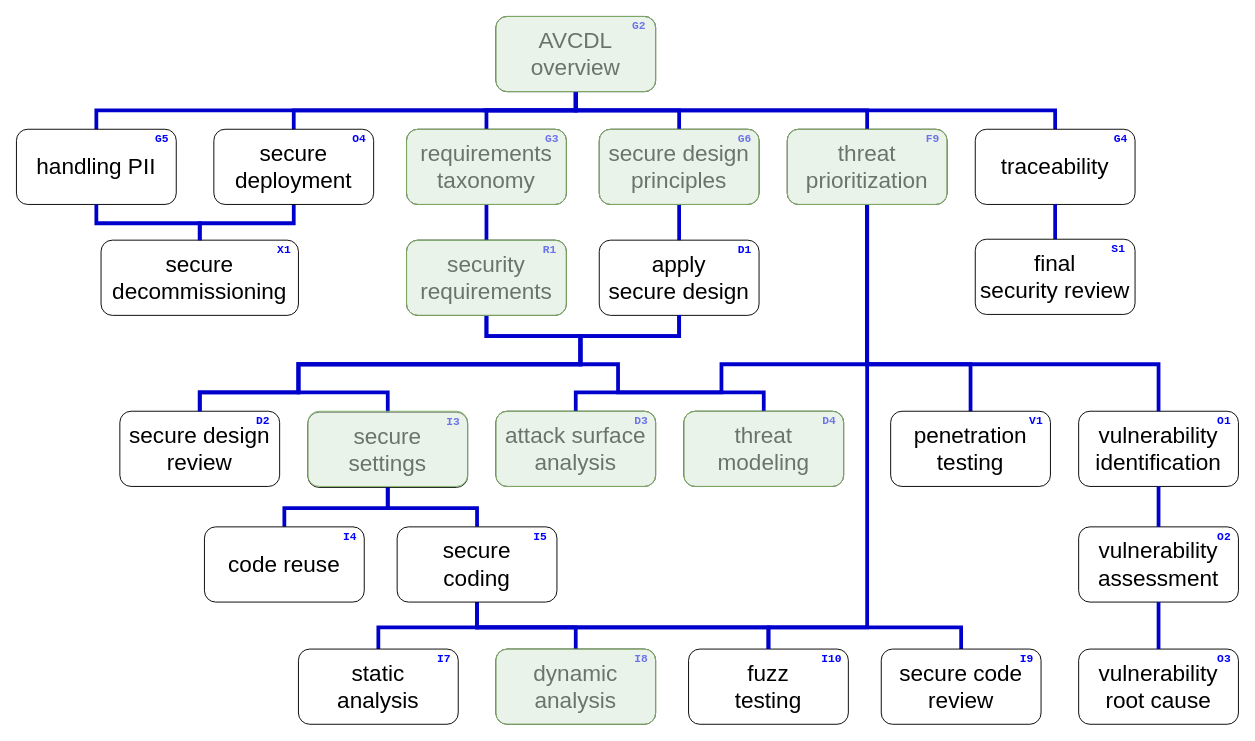
Above: page "AVCDL - wide" (2 of 3) of training/images/AVCDL training path/source/AVCDL training path.drawio in AVCDL/AVCDL (draw.io), before the change. Source tidied: cells renumbered, new cells numbered last; positions are measured from the earlier drawing's top-left corner, leaving out a move shared by most shapes. Both pictures are drawn from the tidied source at 94%, with x=0, y=0 at pixel (16, 16).
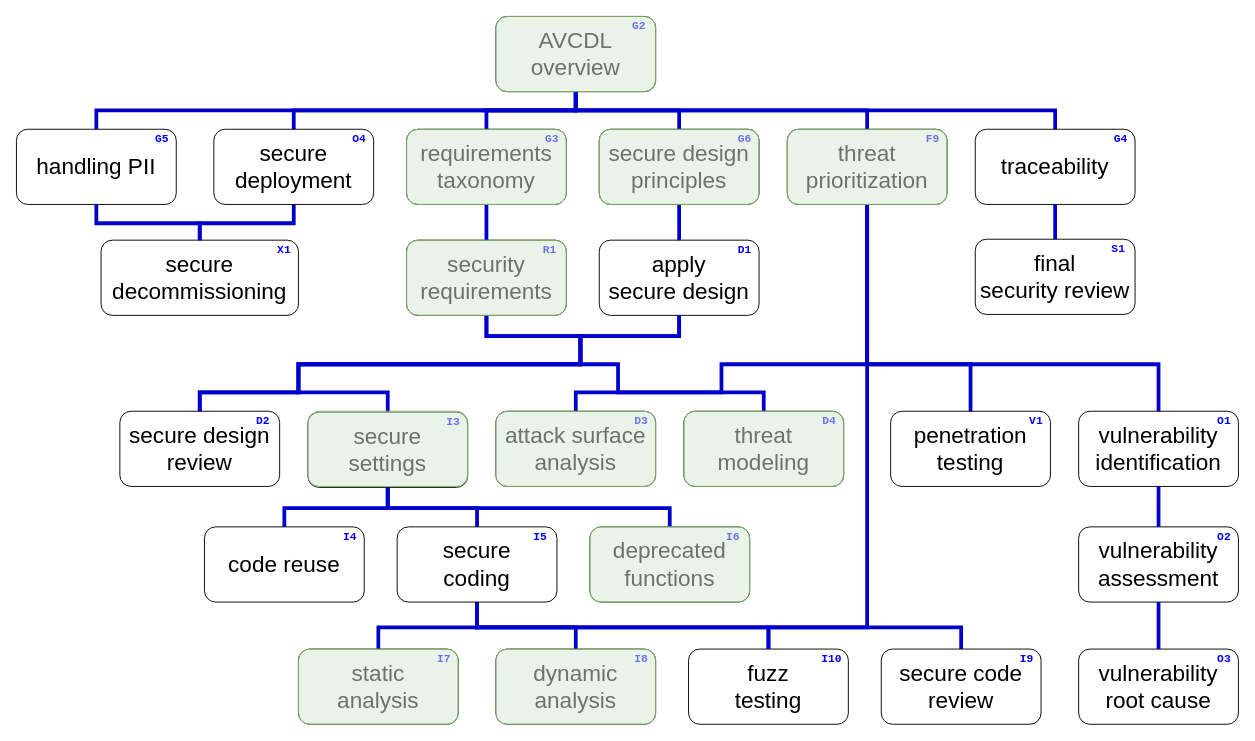
The same page after the edit.

Unchanged cells that the change refers to:
```xml
<mxCell id="17" value="&lt;font style=&quot;font-size: 24px&quot;&gt;secure&lt;br&gt;settings&lt;/font&gt;" style="rounded=1;whiteSpace=wrap;html=1;fillColor=none;" parent="1" vertex="1">
  <mxGeometry x="310" y="421" width="170" height="80" as="geometry" />
</mxCell>
```

Diff of the diagram source:
```diff
@@
+    <mxCell id="89" value="&lt;span style=&quot;font-size: 24px&quot;&gt;deprecated functions&lt;/span&gt;" style="rounded=1;whiteSpace=wrap;html=1;fillColor=none;" parent="1" vertex="1">
+      <mxGeometry x="610" y="543" width="170" height="80" as="geometry" />
+    </mxCell>
+    <mxCell id="90" value="&lt;font face=&quot;Courier New&quot; color=&quot;#0000ff&quot;&gt;&lt;b&gt;I6&lt;/b&gt;&lt;/font&gt;" style="text;html=1;strokeColor=none;fillColor=none;align=center;verticalAlign=middle;whiteSpace=wrap;rounded=0;strokeWidth=4;" parent="1" vertex="1">
+      <mxGeometry x="745" y="543" width="35" height="20" as="geometry" />
+    </mxCell>
+    <mxCell id="91" style="edgeStyle=orthogonalEdgeStyle;rounded=0;jettySize=auto;html=1;entryX=0.5;entryY=0;entryDx=0;entryDy=0;shadow=0;exitX=0.5;exitY=1;exitDx=0;exitDy=0;strokeWidth=4;strokeColor=#0000CC;endArrow=none;endFill=0;" parent="1" edge="1" source="17" target="89">
+      <mxGeometry relative="1" as="geometry">
+        <Array as="points">
+          <mxPoint x="395" y="523" />
+          <mxPoint x="695" y="523" />
+        </Array>
+      </mxGeometry>
+    </mxCell>
@@
+    <mxCell id="92" style="rounded=1;whiteSpace=wrap;html=1;fillColor=#d5e8d4;strokeColor=#82b366;strokeOpacity=100;fillOpacity=50;" parent="79" vertex="1">
+      <mxGeometry x="300" y="673" width="170" height="80" as="geometry" />
+    </mxCell>
+    <mxCell id="93" style="rounded=1;whiteSpace=wrap;html=1;fillColor=#d5e8d4;strokeColor=#82b366;strokeOpacity=100;fillOpacity=50;" parent="79" vertex="1">
+      <mxGeometry x="610" y="543" width="170" height="80" as="geometry" />
+    </mxCell>
```
